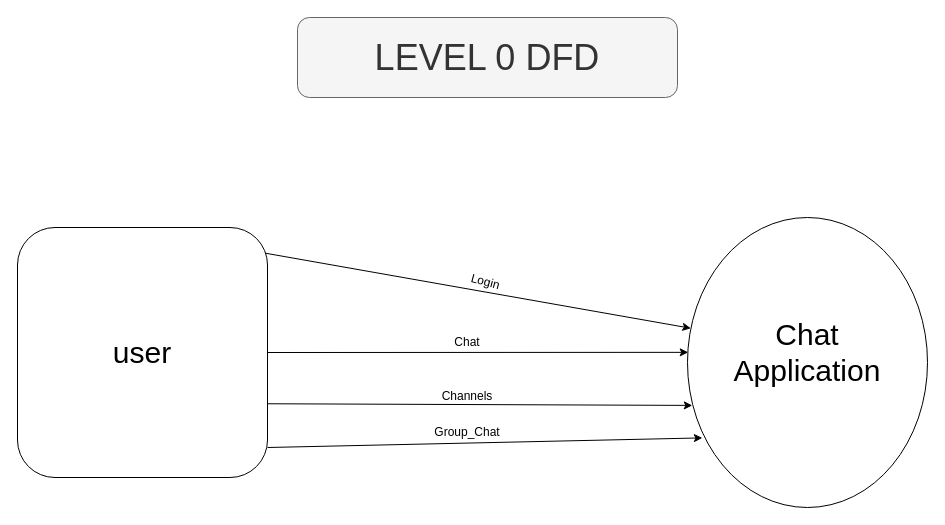
Earlier version of the draw.io diagram page "Page-2" (2 of 2) of Untitled Diagram.drawio (chetan-v/check). Source tidied: cells renumbered, new cells numbered last; positions are measured from the earlier drawing's top-left corner, leaving out a move shared by most shapes. Both pictures are drawn from the tidied source at 100%, with x=0, y=0 at pixel (17, 17).
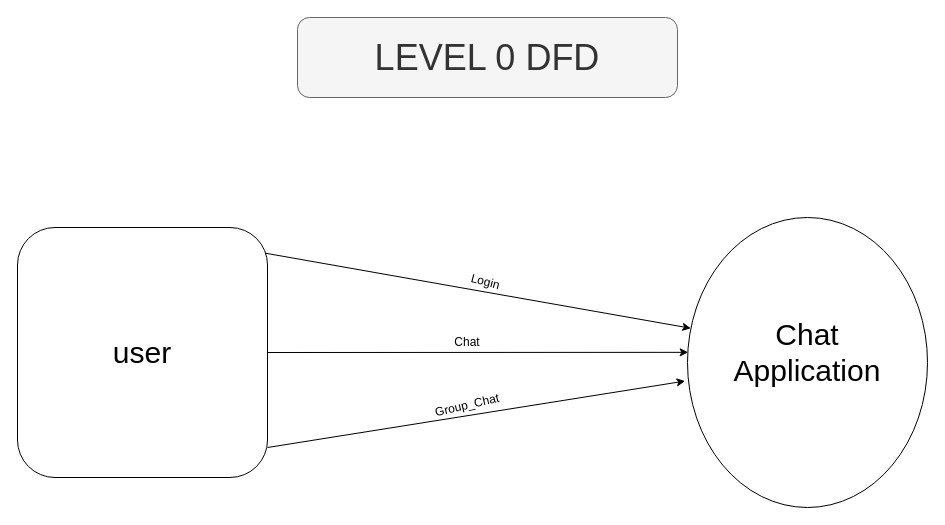
Above is the later version.

Change to the diagram source:
```diff
@@
 <mxGraphModel>
   <root>
     <mxCell id="0" />
     <mxCell id="1" parent="0" />
     <mxCell id="2" value="&lt;font style=&quot;font-size: 36px;&quot;&gt;LEVEL 0 DFD&lt;/font&gt;" style="rounded=1;whiteSpace=wrap;html=1;fillColor=#f5f5f5;fontColor=#333333;strokeColor=#666666;" parent="1" vertex="1">
       <mxGeometry x="280" width="380" height="80" as="geometry" />
     </mxCell>
     <mxCell id="3" style="ellipse;whiteSpace=wrap;html=1;direction=south;" parent="1" vertex="1">
       <mxGeometry x="670" y="200" width="240" height="290" as="geometry" />
     </mxCell>
     <mxCell id="4" value="&lt;font style=&quot;font-size: 30px;&quot;&gt;Chat&lt;br&gt;Application&lt;/font&gt;" style="text;html=1;strokeColor=none;fillColor=none;align=center;verticalAlign=middle;whiteSpace=wrap;rounded=0;" parent="1" vertex="1">
       <mxGeometry x="710" y="280" width="160" height="110" as="geometry" />
     </mxCell>
     <mxCell id="5" style="rounded=1;whiteSpace=wrap;html=1;" parent="1" vertex="1">
       <mxGeometry y="210" width="250" height="250" as="geometry" />
     </mxCell>
     <mxCell id="6" value="&lt;font style=&quot;font-size: 30px;&quot;&gt;user&lt;/font&gt;" style="text;html=1;strokeColor=none;fillColor=none;align=center;verticalAlign=middle;whiteSpace=wrap;rounded=0;" parent="1" vertex="1">
       <mxGeometry x="95" y="320" width="60" height="30" as="geometry" />
     </mxCell>
     <mxCell id="7" style="endArrow=classic;html=1;rounded=0;exitX=0.993;exitY=0.103;exitDx=0;exitDy=0;exitPerimeter=0;entryX=0.382;entryY=0.986;entryDx=0;entryDy=0;entryPerimeter=0;" parent="1" edge="1" source="5" target="3">
       <mxGeometry relative="1" as="geometry" />
     </mxCell>
     <mxCell id="8" value="Login&amp;nbsp;" style="text;html=1;strokeColor=none;fillColor=none;align=center;verticalAlign=middle;whiteSpace=wrap;rounded=0;rotation=15;" parent="1" vertex="1">
       <mxGeometry x="440" y="250" width="60" height="30" as="geometry" />
     </mxCell>
     <mxCell id="9" style="endArrow=classic;html=1;rounded=0;exitX=1;exitY=0.5;exitDx=0;exitDy=0;entryX=0.465;entryY=0.997;entryDx=0;entryDy=0;entryPerimeter=0;" parent="1" edge="1" source="5" target="3">
       <mxGeometry relative="1" as="geometry" />
     </mxCell>
     <mxCell id="10" value="Chat" style="text;html=1;strokeColor=none;fillColor=none;align=center;verticalAlign=middle;whiteSpace=wrap;rounded=0;" parent="1" vertex="1">
       <mxGeometry x="420" y="310" width="60" height="30" as="geometry" />
     </mxCell>
-    <mxCell id="11" style="endArrow=classic;html=1;rounded=0;exitX=1;exitY=0.705;exitDx=0;exitDy=0;exitPerimeter=0;entryX=0.648;entryY=0.98;entryDx=0;entryDy=0;entryPerimeter=0;" parent="1" edge="1" source="5" target="3">
-      <mxGeometry relative="1" as="geometry" />
-    </mxCell>
-    <mxCell id="12" value="Channels" style="text;html=1;strokeColor=none;fillColor=none;align=center;verticalAlign=middle;whiteSpace=wrap;rounded=0;" parent="1" vertex="1">
-      <mxGeometry x="420" y="364" width="60" height="30" as="geometry" />
-    </mxCell>
-    <mxCell id="13" style="endArrow=classic;html=1;rounded=0;entryX=0.76;entryY=0.938;entryDx=0;entryDy=0;entryPerimeter=0;" parent="1" edge="1" target="3">
+    <mxCell id="13" style="endArrow=classic;html=1;rounded=0;entryX=0.564;entryY=1.01;entryDx=0;entryDy=0;entryPerimeter=0;" parent="1" edge="1" target="3">
       <mxGeometry relative="1" as="geometry">
         <mxPoint x="250" y="430" as="sourcePoint" />
       </mxGeometry>
     </mxCell>
-    <mxCell id="14" value="Group_Chat" style="text;html=1;strokeColor=none;fillColor=none;align=center;verticalAlign=middle;whiteSpace=wrap;rounded=0;" parent="1" vertex="1">
-      <mxGeometry x="420" y="400" width="60" height="30" as="geometry" />
+    <mxCell id="14" value="Group_Chat" style="text;html=1;strokeColor=none;fillColor=none;align=center;verticalAlign=middle;whiteSpace=wrap;rounded=0;rotation=347;" parent="1" vertex="1">
+      <mxGeometry x="420" y="373" width="60" height="30" as="geometry" />
     </mxCell>
   </root>
 </mxGraphModel>
```
